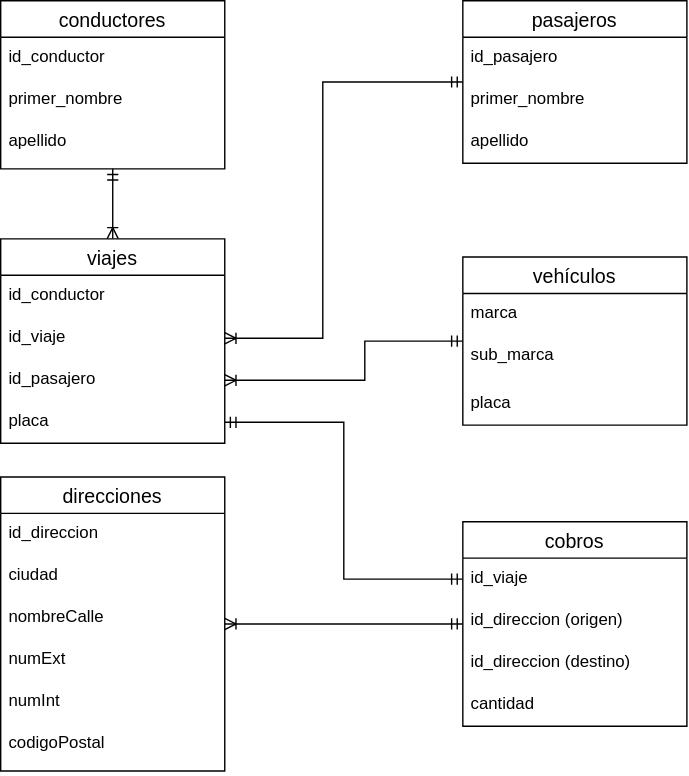
The draw.io diagram Actividad Normalización/Diagrama.drawio.svg in GPS19/Base_de_Datos, before a commit. Source tidied: cells renumbered, new cells last; positions are measured from the earlier drawing's top-left corner, leaving out a move shared by most shapes.
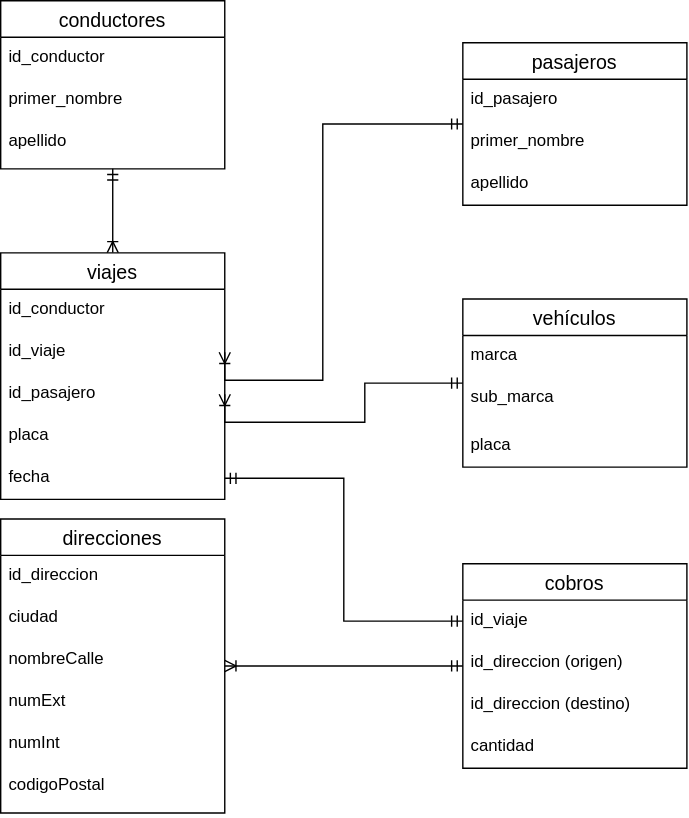
After the change.

Commit message:
Se agrego fecha

Diff of the diagram source:
```diff
@@ -3,7 +3,7 @@
     <mxCell id="0" />
     <mxCell id="1" parent="0" />
     <mxCell id="2" value="conductores" style="swimlane;fontStyle=0;horizontal=1;startSize=26;align=center;fontSize=14;" parent="1" vertex="1">
-      <mxGeometry width="160" height="120" as="geometry" />
+      <mxGeometry y="-30" width="160" height="120" as="geometry" />
     </mxCell>
     <mxCell id="3" value="id_conductor" style="text;strokeColor=none;fillColor=none;spacingLeft=4;spacingRight=4;overflow=hidden;fontSize=12;" parent="2" vertex="1">
       <mxGeometry y="26" width="160" height="30" as="geometry" />
@@ -74,7 +74,7 @@
       <mxGeometry relative="1" as="geometry" />
     </mxCell>
     <mxCell id="24" value="viajes" style="swimlane;fontStyle=0;horizontal=1;startSize=26;align=center;fontSize=14;" parent="1" vertex="1">
-      <mxGeometry y="170" width="160" height="146" as="geometry" />
+      <mxGeometry y="150" width="160" height="176" as="geometry" />
     </mxCell>
     <mxCell id="25" value="id_conductor" style="text;strokeColor=none;fillColor=none;spacingLeft=4;spacingRight=4;overflow=hidden;fontSize=12;" parent="24" vertex="1">
       <mxGeometry y="26" width="160" height="30" as="geometry" />
@@ -85,8 +85,11 @@
     <mxCell id="27" value="id_pasajero" style="text;strokeColor=none;fillColor=none;spacingLeft=4;spacingRight=4;overflow=hidden;points=[[0,0.5],[1,0.5]];portConstraint=eastwest;fontSize=12;" parent="24" vertex="1">
       <mxGeometry y="86" width="160" height="30" as="geometry" />
     </mxCell>
+    <mxCell id="36" value="placa" style="text;strokeColor=none;fillColor=none;spacingLeft=4;spacingRight=4;overflow=hidden;fontSize=12;" parent="24" vertex="1">
+      <mxGeometry y="116" width="160" height="30" as="geometry" />
+    </mxCell>
-    <mxCell id="28" value="placa" style="text;strokeColor=none;fillColor=none;spacingLeft=4;spacingRight=4;overflow=hidden;points=[[0,0.5],[1,0.5]];portConstraint=eastwest;fontSize=12;" parent="24" vertex="1">
-      <mxGeometry y="116" width="160" height="30" as="geometry" />
+    <mxCell id="28" value="fecha" style="text;strokeColor=none;fillColor=none;spacingLeft=4;spacingRight=4;overflow=hidden;points=[[0,0.5],[1,0.5]];portConstraint=eastwest;fontSize=12;" parent="24" vertex="1">
+      <mxGeometry y="146" width="160" height="30" as="geometry" />
     </mxCell>
     <mxCell id="29" value="cobros" style="swimlane;fontStyle=0;horizontal=1;startSize=26;align=center;fontSize=14;" parent="1" vertex="1">
       <mxGeometry x="330" y="372" width="160" height="146" as="geometry" />
```
